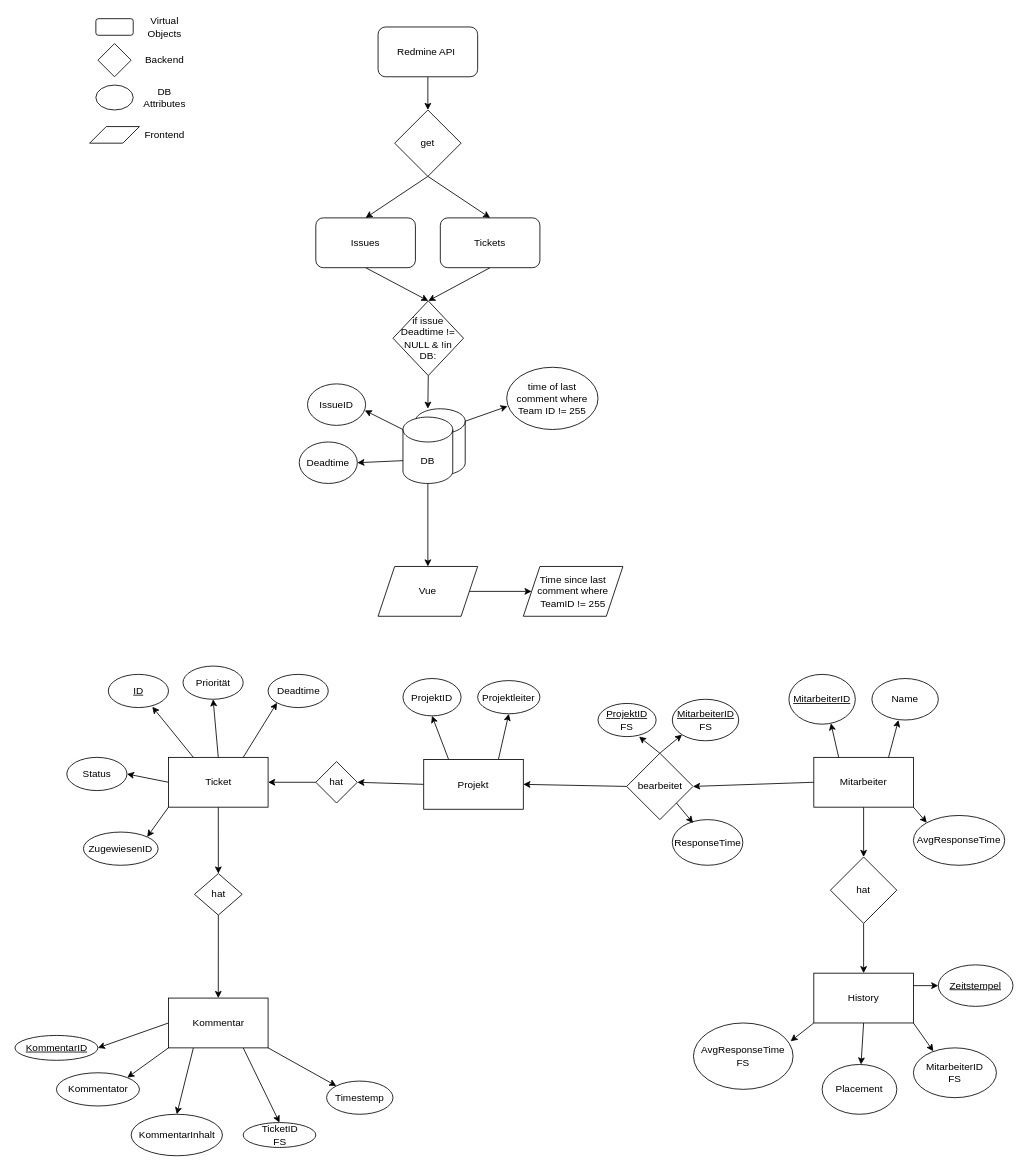
Earlier version of the draw.io diagram Datenkonzept_TickTrack.drawio (panchord/Draw.io). Source tidied: cells renumbered, new cells numbered last; positions are measured from the earlier drawing's top-left corner, leaving out a move shared by most shapes. Both pictures are drawn from the tidied source at 83%, with x=0, y=0 at pixel (15, 14).
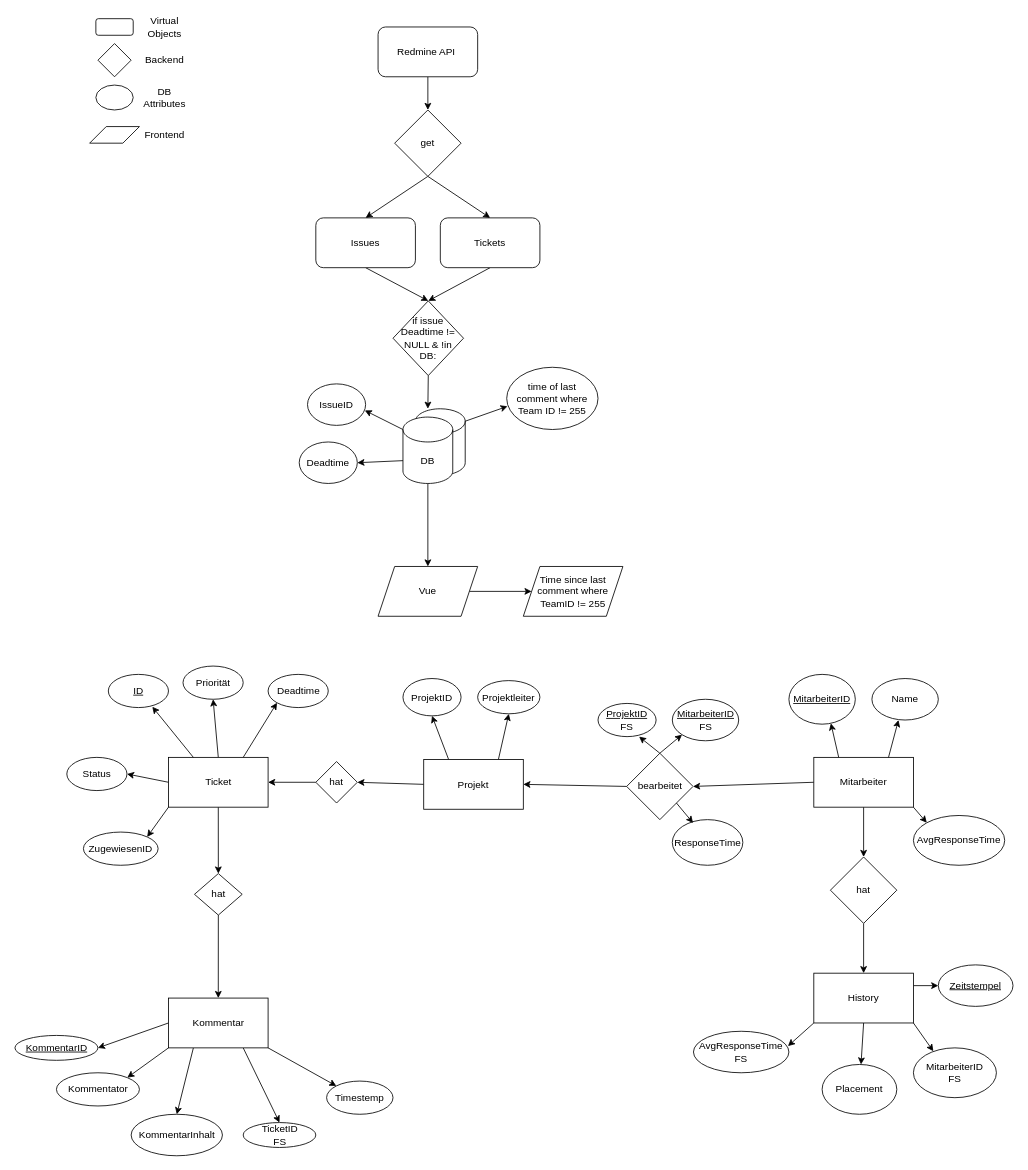
The same page after the edit.

Unchanged cells that the change refers to:
```xml
<mxCell id="66" value="History" style="rounded=0;whiteSpace=wrap;html=1;" parent="1" vertex="1">
  <mxGeometry x="962" y="1155" width="120" height="60" as="geometry" />
</mxCell>
```

Diff of the diagram source:
```diff
@@
     <mxCell id="73" value="AvgResponseTime&lt;div&gt;FS&lt;/div&gt;" style="ellipse;whiteSpace=wrap;html=1;" parent="1" vertex="1">
-      <mxGeometry x="817" y="1215" width="120" height="80" as="geometry" />
+      <mxGeometry x="817" y="1225" width="115" height="50" as="geometry" />
     </mxCell>
-    <mxCell id="74" style="edgeStyle=none;rounded=0;jettySize=auto;html=1;exitX=0;exitY=1;exitDx=0;exitDy=0;entryX=0.975;entryY=0.275;entryDx=0;entryDy=0;entryPerimeter=0;" parent="1" edge="1" source="66" target="73">
+    <mxCell id="74" style="edgeStyle=none;rounded=0;jettySize=auto;html=1;exitX=0;exitY=1;exitDx=0;exitDy=0;entryX=0.99;entryY=0.357;entryDx=0;entryDy=0;entryPerimeter=0;" parent="1" edge="1" source="66" target="73">
       <mxGeometry relative="1" as="geometry" />
     </mxCell>
```
